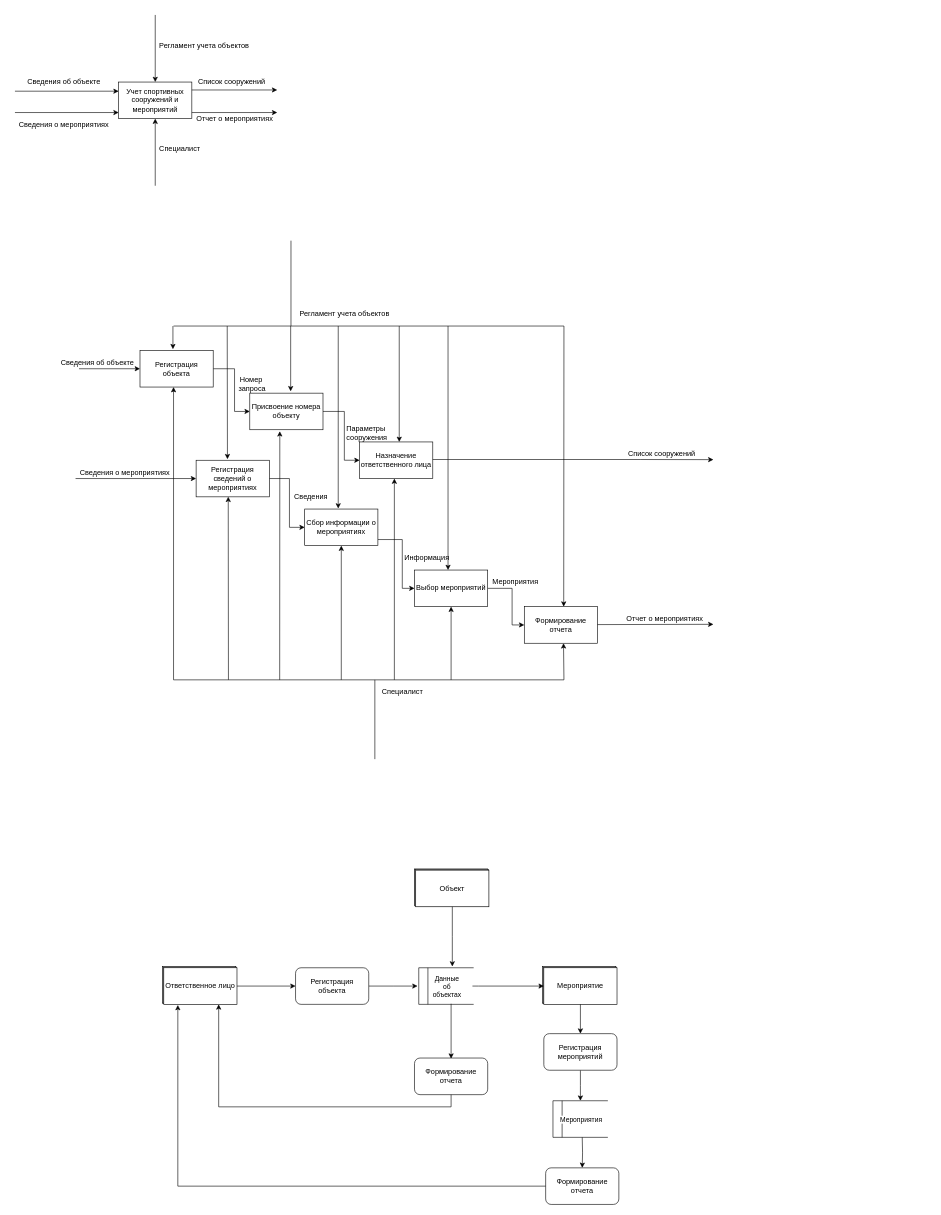
This is Untitled Diagram.drawio from RGNGIT/DBStructCourse, a draw.io file, before an edit. Source tidied: cells renumbered, new cells numbered last; positions are measured from the earlier drawing's top-left corner, leaving out a move shared by most shapes. Both pictures are drawn from the tidied source at 61%, with x=0, y=0 at pixel (15, 15).
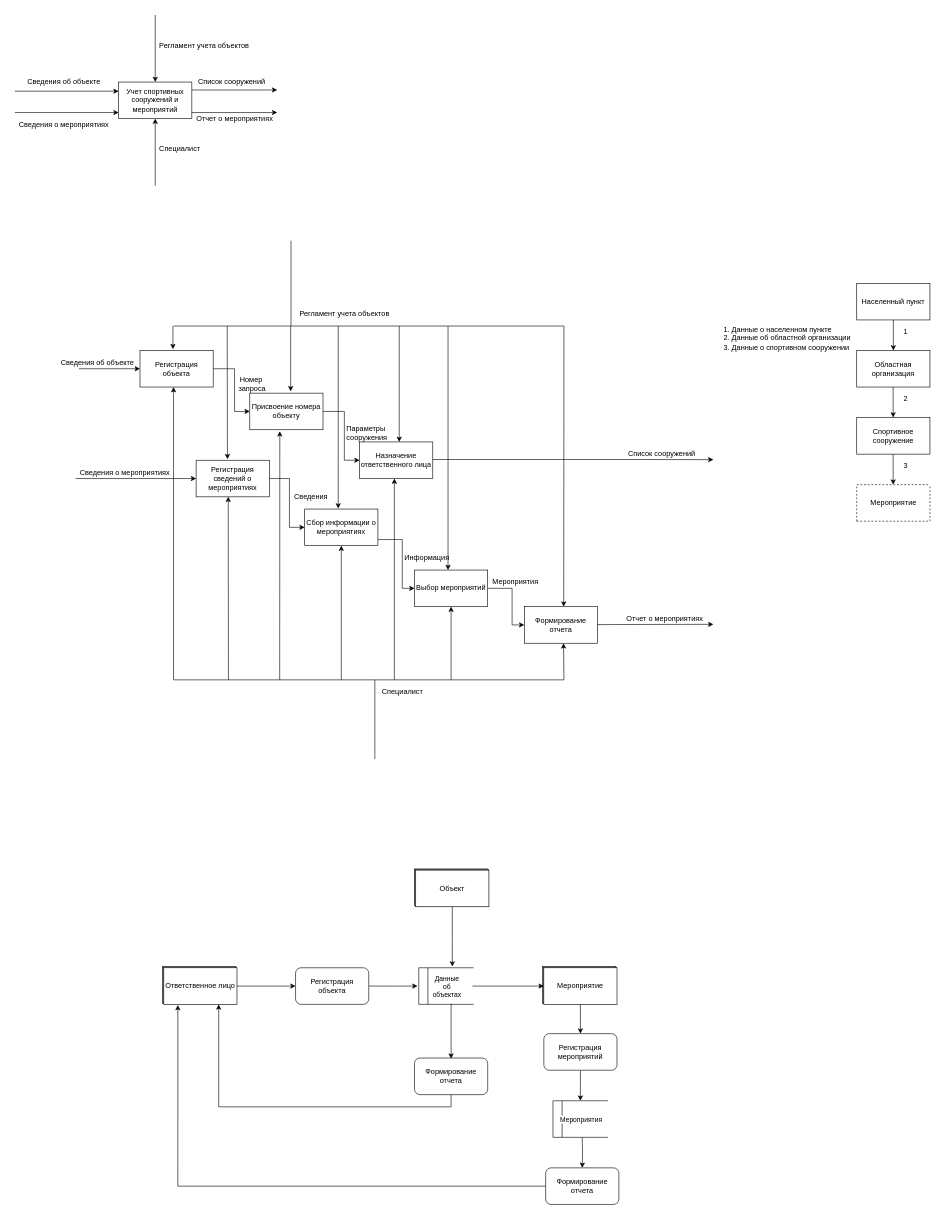
The same diagram, later.

The edit, as a diff of the source:
```diff
@@
+    <mxCell id="98" value="Населенный пункт" style="rounded=0;whiteSpace=wrap;html=1;" parent="1" vertex="1">
+      <mxGeometry x="1380" y="440" width="120" height="60" as="geometry" />
+    </mxCell>
+    <mxCell id="99" value="Областная организация" style="rounded=0;whiteSpace=wrap;html=1;" parent="1" vertex="1">
+      <mxGeometry x="1380" y="550" width="120" height="60" as="geometry" />
+    </mxCell>
+    <mxCell id="100" value="Спортивное сооружение" style="rounded=0;whiteSpace=wrap;html=1;" parent="1" vertex="1">
+      <mxGeometry x="1380" y="660" width="120" height="60" as="geometry" />
+    </mxCell>
+    <mxCell id="101" style="endArrow=none;dashed=1;html=1;" parent="1" edge="1">
+      <mxGeometry relative="1" as="geometry">
+        <mxPoint x="1380" y="770" as="sourcePoint" />
+        <mxPoint x="1500" y="770" as="targetPoint" />
+      </mxGeometry>
+    </mxCell>
+    <mxCell id="102" style="endArrow=none;dashed=1;html=1;" parent="1" edge="1">
+      <mxGeometry relative="1" as="geometry">
+        <mxPoint x="1500" y="830" as="sourcePoint" />
+        <mxPoint x="1500" y="770" as="targetPoint" />
+      </mxGeometry>
+    </mxCell>
+    <mxCell id="103" style="endArrow=none;dashed=1;html=1;" parent="1" edge="1">
+      <mxGeometry relative="1" as="geometry">
+        <mxPoint x="1380" y="830" as="sourcePoint" />
+        <mxPoint x="1500" y="830" as="targetPoint" />
+      </mxGeometry>
+    </mxCell>
+    <mxCell id="104" style="endArrow=none;dashed=1;html=1;" parent="1" edge="1">
+      <mxGeometry relative="1" as="geometry">
+        <mxPoint x="1380" y="830" as="sourcePoint" />
+        <mxPoint x="1380" y="770" as="targetPoint" />
+      </mxGeometry>
+    </mxCell>
+    <mxCell id="105" value="Мероприятие" style="text;html=1;align=center;verticalAlign=middle;strokeColor=none;" parent="1" vertex="1">
+      <mxGeometry x="1395" y="790" width="90" height="20" as="geometry" />
+    </mxCell>
+    <mxCell id="106" style="endArrow=classic;html=1;exitX=0.5;exitY=1;exitDx=0;exitDy=0;entryX=0.5;entryY=0;entryDx=0;entryDy=0;" parent="1" edge="1" source="98" target="99">
+      <mxGeometry relative="1" as="geometry" />
+    </mxCell>
+    <mxCell id="107" style="endArrow=classic;html=1;exitX=0.5;exitY=1;exitDx=0;exitDy=0;entryX=0.5;entryY=0;entryDx=0;entryDy=0;" parent="1" edge="1">
+      <mxGeometry relative="1" as="geometry">
+        <mxPoint x="1439.7" y="610" as="sourcePoint" />
+        <mxPoint x="1439.7" y="660" as="targetPoint" />
+      </mxGeometry>
+    </mxCell>
+    <mxCell id="108" style="endArrow=classic;html=1;exitX=0.5;exitY=1;exitDx=0;exitDy=0;entryX=0.5;entryY=0;entryDx=0;entryDy=0;" parent="1" edge="1">
+      <mxGeometry relative="1" as="geometry">
+        <mxPoint x="1439.7" y="720" as="sourcePoint" />
+        <mxPoint x="1439.7" y="770" as="targetPoint" />
+      </mxGeometry>
+    </mxCell>
+    <mxCell id="109" value="1" style="text;html=1;align=center;verticalAlign=middle;strokeColor=none;" parent="1" vertex="1">
+      <mxGeometry x="1450" y="510" width="20" height="20" as="geometry" />
+    </mxCell>
+    <mxCell id="110" value="2" style="text;html=1;align=center;verticalAlign=middle;strokeColor=none;" parent="1" vertex="1">
+      <mxGeometry x="1450" y="620" width="20" height="20" as="geometry" />
+    </mxCell>
+    <mxCell id="111" value="3" style="text;html=1;align=center;verticalAlign=middle;strokeColor=none;" parent="1" vertex="1">
+      <mxGeometry x="1450" y="730" width="20" height="20" as="geometry" />
+    </mxCell>
+    <mxCell id="112" value="1. Данные о населенном пункте&lt;br&gt;2. Данные об областной организации&lt;br&gt;&lt;div&gt;&lt;span&gt;3. Данные о спортивном сооружении&lt;/span&gt;&lt;/div&gt;" style="text;html=1;align=left;verticalAlign=middle;strokeColor=none;" parent="1" vertex="1">
+      <mxGeometry x="1160" y="505" width="220" height="50" as="geometry" />
+    </mxCell>
```
